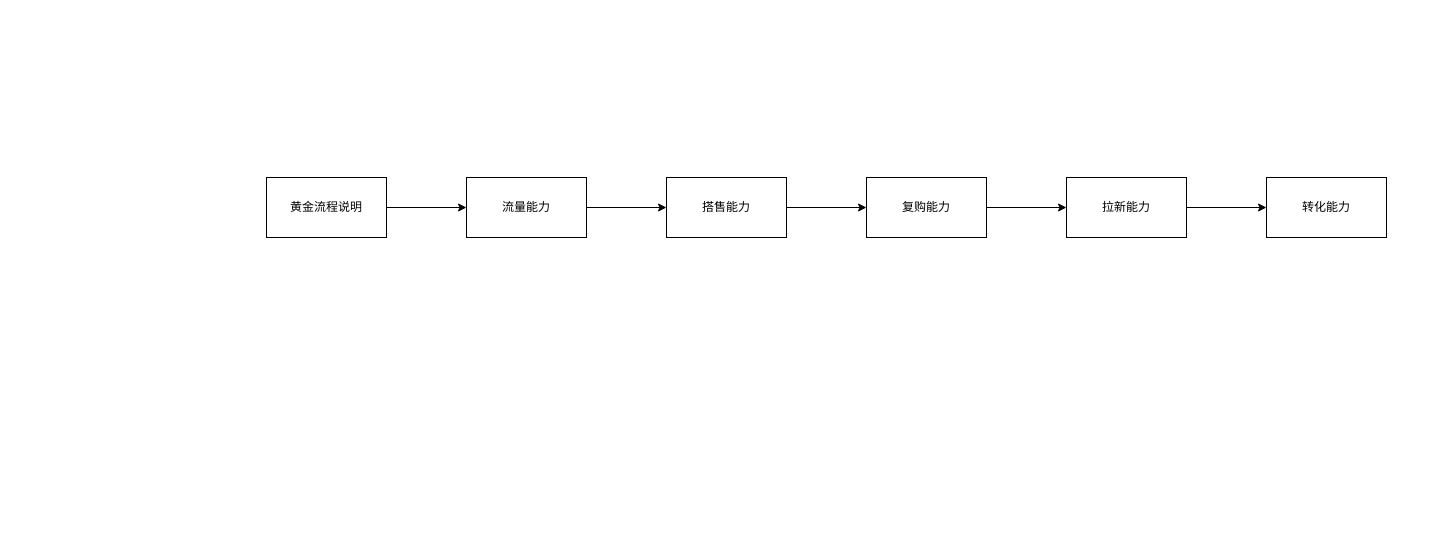
This is 电商核心链路梳理.drawio from xiaochengxinyizhan/Three-Year-Plan, a draw.io file, before an edit. Source tidied: cells renumbered, new cells numbered last; positions are measured from the earlier drawing's top-left corner, leaving out a move shared by most shapes. Both pictures are drawn from the tidied source at 100%, with x=0, y=0 at pixel (266, 177).
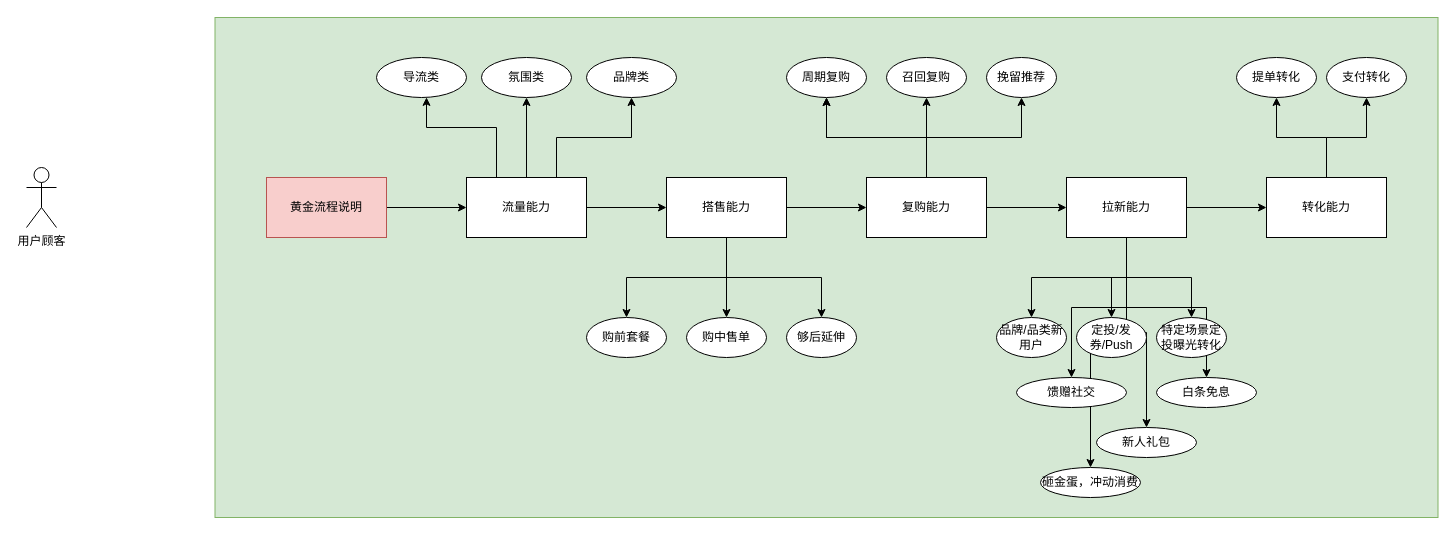
The same page after the edit.

Commit message (it also covers changes not shown here):
Update 电商核心链路梳理.drawio

Unchanged cells that the change refers to:
```xml
<mxCell id="5" value="流量能力" style="rounded=0;whiteSpace=wrap;html=1;" parent="1" vertex="1">
  <mxGeometry x="200" width="120" height="60" as="geometry" />
</mxCell>
<mxCell id="7" value="搭售能力" style="rounded=0;whiteSpace=wrap;html=1;" parent="1" vertex="1">
  <mxGeometry x="400" width="120" height="60" as="geometry" />
</mxCell>
<mxCell id="9" value="复购能力" style="rounded=0;whiteSpace=wrap;html=1;" parent="1" vertex="1">
  <mxGeometry x="600" width="120" height="60" as="geometry" />
</mxCell>
<mxCell id="11" value="拉新能力" style="rounded=0;whiteSpace=wrap;html=1;" parent="1" vertex="1">
  <mxGeometry x="800" width="120" height="60" as="geometry" />
</mxCell>
<mxCell id="12" value="转化能力" style="rounded=0;whiteSpace=wrap;html=1;" parent="1" vertex="1">
  <mxGeometry x="1000" width="120" height="60" as="geometry" />
</mxCell>
```

The edit, as a diff of the source:
```diff
@@
+    <mxCell id="13" style="rounded=0;whiteSpace=wrap;html=1;fillColor=#d5e8d4;strokeColor=#82b366;" parent="1" vertex="1">
+      <mxGeometry x="-51.5" y="-160" width="1223" height="500" as="geometry" />
+    </mxCell>
@@
-    <mxCell id="3" value="黄金流程说明" style="rounded=0;whiteSpace=wrap;html=1;" parent="1" vertex="1">
+    <mxCell id="3" value="黄金流程说明" style="rounded=0;whiteSpace=wrap;html=1;fillColor=#f8cecc;strokeColor=#b85450;" parent="1" vertex="1">
       <mxGeometry width="120" height="60" as="geometry" />
     </mxCell>
@@
+    <mxCell id="14" style="edgeStyle=orthogonalEdgeStyle;rounded=0;jettySize=auto;html=1;" parent="1" edge="1" source="5" target="32">
+      <mxGeometry relative="1" as="geometry">
+        <Array as="points">
+          <mxPoint x="230" y="-50" />
+          <mxPoint x="160" y="-50" />
+        </Array>
+      </mxGeometry>
+    </mxCell>
@@
+    <mxCell id="15" style="edgeStyle=orthogonalEdgeStyle;rounded=0;jettySize=auto;html=1;" parent="1" edge="1" source="7" target="36">
+      <mxGeometry relative="1" as="geometry" />
+    </mxCell>
+    <mxCell id="16" style="edgeStyle=orthogonalEdgeStyle;rounded=0;jettySize=auto;html=1;" parent="1" edge="1" source="7" target="37">
+      <mxGeometry relative="1" as="geometry" />
+    </mxCell>
+    <mxCell id="17" style="edgeStyle=orthogonalEdgeStyle;rounded=0;jettySize=auto;html=1;" parent="1" edge="1" source="7" target="38">
+      <mxGeometry relative="1" as="geometry" />
+    </mxCell>
@@
+    <mxCell id="18" style="edgeStyle=orthogonalEdgeStyle;rounded=0;jettySize=auto;html=1;" parent="1" edge="1" source="9" target="39">
+      <mxGeometry relative="1" as="geometry" />
+    </mxCell>
+    <mxCell id="19" style="edgeStyle=orthogonalEdgeStyle;rounded=0;jettySize=auto;html=1;" parent="1" edge="1" source="9" target="39">
+      <mxGeometry relative="1" as="geometry" />
+    </mxCell>
+    <mxCell id="20" style="edgeStyle=orthogonalEdgeStyle;rounded=0;jettySize=auto;html=1;" parent="1" edge="1" source="9" target="40">
+      <mxGeometry relative="1" as="geometry" />
+    </mxCell>
+    <mxCell id="21" style="edgeStyle=orthogonalEdgeStyle;rounded=0;jettySize=auto;html=1;" parent="1" edge="1" source="9" target="41">
+      <mxGeometry relative="1" as="geometry" />
+    </mxCell>
@@
+    <mxCell id="22" style="edgeStyle=orthogonalEdgeStyle;rounded=0;jettySize=auto;html=1;" parent="1" edge="1" source="11" target="44">
+      <mxGeometry relative="1" as="geometry" />
+    </mxCell>
+    <mxCell id="23" style="edgeStyle=orthogonalEdgeStyle;rounded=0;jettySize=auto;html=1;" parent="1" edge="1" source="11" target="45">
+      <mxGeometry relative="1" as="geometry" />
+    </mxCell>
+    <mxCell id="24" style="edgeStyle=orthogonalEdgeStyle;rounded=0;jettySize=auto;html=1;" parent="1" edge="1" source="11" target="46">
+      <mxGeometry relative="1" as="geometry" />
+    </mxCell>
+    <mxCell id="25" style="edgeStyle=orthogonalEdgeStyle;rounded=0;jettySize=auto;html=1;" parent="1" edge="1" source="11" target="47">
+      <mxGeometry relative="1" as="geometry" />
+    </mxCell>
+    <mxCell id="26" style="edgeStyle=orthogonalEdgeStyle;rounded=0;jettySize=auto;html=1;" parent="1" edge="1" source="11" target="48">
+      <mxGeometry relative="1" as="geometry" />
+    </mxCell>
+    <mxCell id="27" style="edgeStyle=orthogonalEdgeStyle;rounded=0;jettySize=auto;html=1;" parent="1" edge="1" source="11" target="49">
+      <mxGeometry relative="1" as="geometry" />
+    </mxCell>
+    <mxCell id="28" style="edgeStyle=orthogonalEdgeStyle;rounded=0;jettySize=auto;html=1;" parent="1" edge="1" source="11" target="50">
+      <mxGeometry relative="1" as="geometry" />
+    </mxCell>
@@
+    <mxCell id="29" style="edgeStyle=orthogonalEdgeStyle;rounded=0;jettySize=auto;html=1;" parent="1" edge="1" source="12" target="42">
+      <mxGeometry relative="1" as="geometry" />
+    </mxCell>
+    <mxCell id="30" style="edgeStyle=orthogonalEdgeStyle;rounded=0;jettySize=auto;html=1;" parent="1" edge="1" source="12" target="43">
+      <mxGeometry relative="1" as="geometry" />
+    </mxCell>
@@
+    <mxCell id="31" style="edgeStyle=orthogonalEdgeStyle;rounded=0;jettySize=auto;html=1;exitX=0.5;exitY=0;exitDx=0;exitDy=0;" parent="1" edge="1" source="5" target="34">
+      <mxGeometry relative="1" as="geometry" />
+    </mxCell>
+    <mxCell id="32" value="导流类" style="ellipse;whiteSpace=wrap;html=1;rounded=0;" parent="1" vertex="1">
+      <mxGeometry x="110" y="-120" width="90" height="40" as="geometry" />
+    </mxCell>
+    <mxCell id="33" style="edgeStyle=orthogonalEdgeStyle;rounded=0;jettySize=auto;html=1;exitX=0.75;exitY=0;exitDx=0;exitDy=0;" parent="1" edge="1" source="5" target="35">
+      <mxGeometry relative="1" as="geometry" />
+    </mxCell>
+    <mxCell id="34" value="氛围类" style="ellipse;whiteSpace=wrap;html=1;rounded=0;" parent="1" vertex="1">
+      <mxGeometry x="215" y="-120" width="90" height="40" as="geometry" />
+    </mxCell>
+    <mxCell id="35" value="品牌类" style="ellipse;whiteSpace=wrap;html=1;rounded=0;" parent="1" vertex="1">
+      <mxGeometry x="320" y="-120" width="90" height="40" as="geometry" />
+    </mxCell>
+    <mxCell id="36" value="购前套餐" style="ellipse;whiteSpace=wrap;html=1;rounded=0;" parent="1" vertex="1">
+      <mxGeometry x="320" y="140" width="80" height="40" as="geometry" />
+    </mxCell>
+    <mxCell id="37" value="购中售单" style="ellipse;whiteSpace=wrap;html=1;rounded=0;" parent="1" vertex="1">
+      <mxGeometry x="420" y="140" width="80" height="40" as="geometry" />
+    </mxCell>
+    <mxCell id="38" value="够后延伸" style="ellipse;whiteSpace=wrap;html=1;rounded=0;" parent="1" vertex="1">
+      <mxGeometry x="520" y="140" width="70" height="40" as="geometry" />
+    </mxCell>
+    <mxCell id="39" value="周期复购" style="ellipse;whiteSpace=wrap;html=1;rounded=0;" parent="1" vertex="1">
+      <mxGeometry x="520" y="-120" width="80" height="40" as="geometry" />
+    </mxCell>
+    <mxCell id="40" value="召回复购" style="ellipse;whiteSpace=wrap;html=1;rounded=0;" parent="1" vertex="1">
+      <mxGeometry x="620" y="-120" width="80" height="40" as="geometry" />
+    </mxCell>
+    <mxCell id="41" value="挽留推荐" style="ellipse;whiteSpace=wrap;html=1;rounded=0;" parent="1" vertex="1">
+      <mxGeometry x="720" y="-120" width="70" height="40" as="geometry" />
+    </mxCell>
+    <mxCell id="42" value="提单转化" style="ellipse;whiteSpace=wrap;html=1;rounded=0;" parent="1" vertex="1">
+      <mxGeometry x="970" y="-120" width="80" height="40" as="geometry" />
+    </mxCell>
+    <mxCell id="43" value="支付转化" style="ellipse;whiteSpace=wrap;html=1;rounded=0;" parent="1" vertex="1">
+      <mxGeometry x="1060" y="-120" width="80" height="40" as="geometry" />
+    </mxCell>
+    <mxCell id="44" value="品牌/品类新用户" style="ellipse;whiteSpace=wrap;html=1;rounded=0;" parent="1" vertex="1">
+      <mxGeometry x="730" y="140" width="70" height="40" as="geometry" />
+    </mxCell>
+    <mxCell id="45" value="定投/发券/Push" style="ellipse;whiteSpace=wrap;html=1;rounded=0;" parent="1" vertex="1">
+      <mxGeometry x="810" y="140" width="70" height="40" as="geometry" />
+    </mxCell>
+    <mxCell id="46" value="特定场景定投曝光转化" style="ellipse;whiteSpace=wrap;html=1;rounded=0;" parent="1" vertex="1">
+      <mxGeometry x="890" y="140" width="70" height="40" as="geometry" />
+    </mxCell>
+    <mxCell id="47" value="馈赠社交" style="ellipse;whiteSpace=wrap;html=1;rounded=0;" parent="1" vertex="1">
+      <mxGeometry x="750" y="200" width="110" height="30" as="geometry" />
+    </mxCell>
+    <mxCell id="48" value="新人礼包" style="ellipse;whiteSpace=wrap;html=1;rounded=0;" parent="1" vertex="1">
+      <mxGeometry x="830" y="250" width="100" height="30" as="geometry" />
+    </mxCell>
+    <mxCell id="49" value="白条免息" style="ellipse;whiteSpace=wrap;html=1;rounded=0;" parent="1" vertex="1">
+      <mxGeometry x="890" y="200" width="100" height="30" as="geometry" />
+    </mxCell>
+    <mxCell id="50" value="砸金蛋，冲动消费" style="ellipse;whiteSpace=wrap;html=1;rounded=0;" parent="1" vertex="1">
+      <mxGeometry x="774" y="290" width="100" height="30" as="geometry" />
+    </mxCell>
+    <mxCell id="51" value="用户顾客" style="shape=umlActor;verticalLabelPosition=bottom;verticalAlign=top;html=1;" parent="1" vertex="1">
+      <mxGeometry x="-240" y="-10" width="30" height="60" as="geometry" />
+    </mxCell>
```
